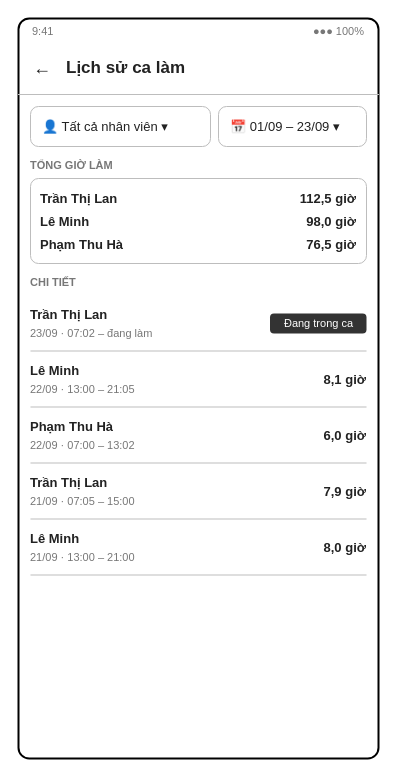
This is page "S06 Shift history + cash handover" (7 of 30) of docs/diagrams/screen-mockups.drawio from huytran303/CafeManagementSystem, a draw.io file, before an edit. Source tidied: cells renumbered, new cells numbered last; positions are measured from the earlier drawing's top-left corner, leaving out a move shared by most shapes. Both pictures are drawn from the tidied source at 100%, with x=0, y=0 at pixel (18, 18).
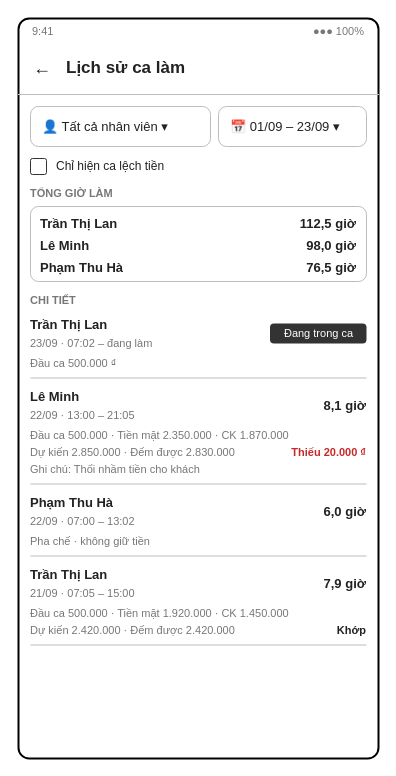
The same page after the edit.

Diff of the diagram source:
```diff
@@
-    <mxCell id="10" value="TỔNG GIỜ LÀM" style="html=1;whiteSpace=wrap;fontFamily=Helvetica;html=1;whiteSpace=wrap;fontFamily=Helvetica;text;strokeColor=none;fillColor=none;spacing=0;fontSize=11;fontStyle=1;fontColor=#777777;align=left;verticalAlign=middle;" parent="1" vertex="1">
-      <mxGeometry x="12" y="138" width="336" height="18" as="geometry" />
+    <mxCell id="10" style="html=1;whiteSpace=wrap;fontFamily=Helvetica;rounded=1;absoluteArcSize=1;arcSize=4;fillColor=#FFFFFF;strokeColor=#333333;fontSize=11;fontColor=#FFFFFF;align=center;verticalAlign=middle;spacingLeft=0;spacingRight=0;fontStyle=0;dashed=0;" parent="1" vertex="1">
+      <mxGeometry x="12" y="140" width="16" height="16" as="geometry" />
     </mxCell>
-    <mxCell id="11" style="html=1;whiteSpace=wrap;fontFamily=Helvetica;rounded=1;absoluteArcSize=1;arcSize=16;fillColor=#FFFFFF;strokeColor=#BDBDBD;fontSize=13;fontColor=#222222;align=left;verticalAlign=middle;spacingLeft=10;spacingRight=10;fontStyle=0;dashed=0;" parent="1" vertex="1">
-      <mxGeometry x="12" y="160" width="336" height="85" as="geometry" />
+    <mxCell id="11" value="Chỉ hiện ca lệch tiền" style="html=1;whiteSpace=wrap;fontFamily=Helvetica;html=1;whiteSpace=wrap;fontFamily=Helvetica;text;strokeColor=none;fillColor=none;spacing=0;fontSize=12;fontStyle=0;fontColor=#222222;align=left;verticalAlign=middle;" parent="1" vertex="1">
+      <mxGeometry x="38" y="138" width="200" height="20" as="geometry" />
     </mxCell>
-    <mxCell id="12" value="Trần Thị Lan" style="html=1;whiteSpace=wrap;fontFamily=Helvetica;html=1;whiteSpace=wrap;fontFamily=Helvetica;text;strokeColor=none;fillColor=none;spacing=0;fontSize=13;fontStyle=1;fontColor=#222222;align=left;verticalAlign=middle;" parent="1" vertex="1">
-      <mxGeometry x="22" y="168" width="316" height="23" as="geometry" />
+    <mxCell id="12" value="TỔNG GIỜ LÀM" style="html=1;whiteSpace=wrap;fontFamily=Helvetica;html=1;whiteSpace=wrap;fontFamily=Helvetica;text;strokeColor=none;fillColor=none;spacing=0;fontSize=11;fontStyle=1;fontColor=#777777;align=left;verticalAlign=middle;" parent="1" vertex="1">
+      <mxGeometry x="12" y="166" width="336" height="18" as="geometry" />
     </mxCell>
-    <mxCell id="13" value="112,5 giờ" style="html=1;whiteSpace=wrap;fontFamily=Helvetica;html=1;whiteSpace=wrap;fontFamily=Helvetica;text;strokeColor=none;fillColor=none;spacing=0;fontSize=13;fontStyle=1;fontColor=#222222;align=right;verticalAlign=middle;" parent="1" vertex="1">
-      <mxGeometry x="188" y="168" width="150" height="23" as="geometry" />
+    <mxCell id="13" style="html=1;whiteSpace=wrap;fontFamily=Helvetica;rounded=1;absoluteArcSize=1;arcSize=16;fillColor=#FFFFFF;strokeColor=#BDBDBD;fontSize=13;fontColor=#222222;align=left;verticalAlign=middle;spacingLeft=10;spacingRight=10;fontStyle=0;dashed=0;" parent="1" vertex="1">
+      <mxGeometry x="12" y="188" width="336" height="75" as="geometry" />
     </mxCell>
-    <mxCell id="14" value="Lê Minh" style="html=1;whiteSpace=wrap;fontFamily=Helvetica;html=1;whiteSpace=wrap;fontFamily=Helvetica;text;strokeColor=none;fillColor=none;spacing=0;fontSize=13;fontStyle=1;fontColor=#222222;align=left;verticalAlign=middle;" parent="1" vertex="1">
-      <mxGeometry x="22" y="191" width="316" height="23" as="geometry" />
+    <mxCell id="14" value="Trần Thị Lan" style="html=1;whiteSpace=wrap;fontFamily=Helvetica;html=1;whiteSpace=wrap;fontFamily=Helvetica;text;strokeColor=none;fillColor=none;spacing=0;fontSize=13;fontStyle=1;fontColor=#222222;align=left;verticalAlign=middle;" parent="1" vertex="1">
+      <mxGeometry x="22" y="194" width="316" height="22" as="geometry" />
     </mxCell>
-    <mxCell id="15" value="98,0 giờ" style="html=1;whiteSpace=wrap;fontFamily=Helvetica;html=1;whiteSpace=wrap;fontFamily=Helvetica;text;strokeColor=none;fillColor=none;spacing=0;fontSize=13;fontStyle=1;fontColor=#222222;align=right;verticalAlign=middle;" parent="1" vertex="1">
-      <mxGeometry x="188" y="191" width="150" height="23" as="geometry" />
+    <mxCell id="15" value="112,5 giờ" style="html=1;whiteSpace=wrap;fontFamily=Helvetica;html=1;whiteSpace=wrap;fontFamily=Helvetica;text;strokeColor=none;fillColor=none;spacing=0;fontSize=13;fontStyle=1;fontColor=#222222;align=right;verticalAlign=middle;" parent="1" vertex="1">
+      <mxGeometry x="188" y="194" width="150" height="22" as="geometry" />
     </mxCell>
-    <mxCell id="16" value="Phạm Thu Hà" style="html=1;whiteSpace=wrap;fontFamily=Helvetica;html=1;whiteSpace=wrap;fontFamily=Helvetica;text;strokeColor=none;fillColor=none;spacing=0;fontSize=13;fontStyle=1;fontColor=#222222;align=left;verticalAlign=middle;" parent="1" vertex="1">
-      <mxGeometry x="22" y="214" width="316" height="23" as="geometry" />
+    <mxCell id="16" value="Lê Minh" style="html=1;whiteSpace=wrap;fontFamily=Helvetica;html=1;whiteSpace=wrap;fontFamily=Helvetica;text;strokeColor=none;fillColor=none;spacing=0;fontSize=13;fontStyle=1;fontColor=#222222;align=left;verticalAlign=middle;" parent="1" vertex="1">
+      <mxGeometry x="22" y="216" width="316" height="22" as="geometry" />
     </mxCell>
-    <mxCell id="17" value="76,5 giờ" style="html=1;whiteSpace=wrap;fontFamily=Helvetica;html=1;whiteSpace=wrap;fontFamily=Helvetica;text;strokeColor=none;fillColor=none;spacing=0;fontSize=13;fontStyle=1;fontColor=#222222;align=right;verticalAlign=middle;" parent="1" vertex="1">
-      <mxGeometry x="188" y="214" width="150" height="23" as="geometry" />
+    <mxCell id="17" value="98,0 giờ" style="html=1;whiteSpace=wrap;fontFamily=Helvetica;html=1;whiteSpace=wrap;fontFamily=Helvetica;text;strokeColor=none;fillColor=none;spacing=0;fontSize=13;fontStyle=1;fontColor=#222222;align=right;verticalAlign=middle;" parent="1" vertex="1">
+      <mxGeometry x="188" y="216" width="150" height="22" as="geometry" />
     </mxCell>
-    <mxCell id="18" value="CHI TIẾT" style="html=1;whiteSpace=wrap;fontFamily=Helvetica;html=1;whiteSpace=wrap;fontFamily=Helvetica;text;strokeColor=none;fillColor=none;spacing=0;fontSize=11;fontStyle=1;fontColor=#777777;align=left;verticalAlign=middle;" parent="1" vertex="1">
-      <mxGeometry x="12" y="255" width="336" height="18" as="geometry" />
+    <mxCell id="18" value="Phạm Thu Hà" style="html=1;whiteSpace=wrap;fontFamily=Helvetica;html=1;whiteSpace=wrap;fontFamily=Helvetica;text;strokeColor=none;fillColor=none;spacing=0;fontSize=13;fontStyle=1;fontColor=#222222;align=left;verticalAlign=middle;" parent="1" vertex="1">
+      <mxGeometry x="22" y="238" width="316" height="22" as="geometry" />
     </mxCell>
-    <mxCell id="19" value="Trần Thị Lan" style="html=1;whiteSpace=wrap;fontFamily=Helvetica;html=1;whiteSpace=wrap;fontFamily=Helvetica;text;strokeColor=none;fillColor=none;spacing=0;fontSize=13;fontStyle=1;fontColor=#222222;align=left;verticalAlign=middle;" parent="1" vertex="1">
-      <mxGeometry x="12" y="286" width="246" height="20" as="geometry" />
+    <mxCell id="19" value="76,5 giờ" style="html=1;whiteSpace=wrap;fontFamily=Helvetica;html=1;whiteSpace=wrap;fontFamily=Helvetica;text;strokeColor=none;fillColor=none;spacing=0;fontSize=13;fontStyle=1;fontColor=#222222;align=right;verticalAlign=middle;" parent="1" vertex="1">
+      <mxGeometry x="188" y="238" width="150" height="22" as="geometry" />
     </mxCell>
-    <mxCell id="20" value="23/09 · 07:02 – đang làm" style="html=1;whiteSpace=wrap;fontFamily=Helvetica;html=1;whiteSpace=wrap;fontFamily=Helvetica;text;strokeColor=none;fillColor=none;spacing=0;fontSize=11;fontStyle=0;fontColor=#777777;align=left;verticalAlign=middle;" parent="1" vertex="1">
-      <mxGeometry x="12" y="306" width="286" height="18" as="geometry" />
+    <mxCell id="20" value="CHI TIẾT" style="html=1;whiteSpace=wrap;fontFamily=Helvetica;html=1;whiteSpace=wrap;fontFamily=Helvetica;text;strokeColor=none;fillColor=none;spacing=0;fontSize=11;fontStyle=1;fontColor=#777777;align=left;verticalAlign=middle;" parent="1" vertex="1">
+      <mxGeometry x="12" y="273" width="336" height="18" as="geometry" />
     </mxCell>
-    <mxCell id="21" value="Đang trong ca" style="html=1;whiteSpace=wrap;fontFamily=Helvetica;rounded=1;absoluteArcSize=1;arcSize=8;fillColor=#333333;strokeColor=none;fontSize=11;fontColor=#FFFFFF;align=center;verticalAlign=middle;spacingLeft=2;spacingRight=2;fontStyle=0;dashed=0;" parent="1" vertex="1">
-      <mxGeometry x="251.5" y="295" width="96.5" height="20" as="geometry" />
+    <mxCell id="21" value="Trần Thị Lan" style="html=1;whiteSpace=wrap;fontFamily=Helvetica;html=1;whiteSpace=wrap;fontFamily=Helvetica;text;strokeColor=none;fillColor=none;spacing=0;fontSize=13;fontStyle=1;fontColor=#222222;align=left;verticalAlign=middle;" parent="1" vertex="1">
+      <mxGeometry x="12" y="296" width="246" height="20" as="geometry" />
     </mxCell>
-    <mxCell id="22" style="html=1;whiteSpace=wrap;fontFamily=Helvetica;fillColor=#BDBDBD;strokeColor=none;" parent="1" vertex="1">
-      <mxGeometry x="12" y="332" width="336" height="1" as="geometry" />
+    <mxCell id="22" value="23/09 · 07:02 – đang làm" style="html=1;whiteSpace=wrap;fontFamily=Helvetica;html=1;whiteSpace=wrap;fontFamily=Helvetica;text;strokeColor=none;fillColor=none;spacing=0;fontSize=11;fontStyle=0;fontColor=#777777;align=left;verticalAlign=middle;" parent="1" vertex="1">
+      <mxGeometry x="12" y="316" width="236" height="18" as="geometry" />
     </mxCell>
-    <mxCell id="23" value="Lê Minh" style="html=1;whiteSpace=wrap;fontFamily=Helvetica;html=1;whiteSpace=wrap;fontFamily=Helvetica;text;strokeColor=none;fillColor=none;spacing=0;fontSize=13;fontStyle=1;fontColor=#222222;align=left;verticalAlign=middle;" parent="1" vertex="1">
-      <mxGeometry x="12" y="342" width="246" height="20" as="geometry" />
+    <mxCell id="23" value="Đang trong ca" style="html=1;whiteSpace=wrap;fontFamily=Helvetica;rounded=1;absoluteArcSize=1;arcSize=8;fillColor=#333333;strokeColor=none;fontSize=11;fontColor=#FFFFFF;align=center;verticalAlign=middle;spacingLeft=2;spacingRight=2;fontStyle=0;dashed=0;" parent="1" vertex="1">
+      <mxGeometry x="251.5" y="305" width="96.5" height="20" as="geometry" />
     </mxCell>
-    <mxCell id="24" value="22/09 · 13:00 – 21:05" style="html=1;whiteSpace=wrap;fontFamily=Helvetica;html=1;whiteSpace=wrap;fontFamily=Helvetica;text;strokeColor=none;fillColor=none;spacing=0;fontSize=11;fontStyle=0;fontColor=#777777;align=left;verticalAlign=middle;" parent="1" vertex="1">
-      <mxGeometry x="12" y="362" width="286" height="18" as="geometry" />
+    <mxCell id="24" value="Đầu ca 500.000 ₫" style="html=1;whiteSpace=wrap;fontFamily=Helvetica;html=1;whiteSpace=wrap;fontFamily=Helvetica;text;strokeColor=none;fillColor=none;spacing=0;fontSize=11;fontStyle=0;fontColor=#777777;align=left;verticalAlign=middle;" parent="1" vertex="1">
+      <mxGeometry x="12" y="336" width="336" height="17" as="geometry" />
     </mxCell>
-    <mxCell id="25" value="8,1 giờ" style="html=1;whiteSpace=wrap;fontFamily=Helvetica;html=1;whiteSpace=wrap;fontFamily=Helvetica;text;strokeColor=none;fillColor=none;spacing=0;fontSize=13;fontStyle=1;fontColor=#222222;align=right;verticalAlign=middle;" parent="1" vertex="1">
-      <mxGeometry x="228" y="333" width="120" height="56" as="geometry" />
+    <mxCell id="25" style="html=1;whiteSpace=wrap;fontFamily=Helvetica;fillColor=#BDBDBD;strokeColor=none;" parent="1" vertex="1">
+      <mxGeometry x="12" y="359" width="336" height="1" as="geometry" />
     </mxCell>
-    <mxCell id="26" style="html=1;whiteSpace=wrap;fontFamily=Helvetica;fillColor=#BDBDBD;strokeColor=none;" parent="1" vertex="1">
-      <mxGeometry x="12" y="388" width="336" height="1" as="geometry" />
+    <mxCell id="26" value="Lê Minh" style="html=1;whiteSpace=wrap;fontFamily=Helvetica;html=1;whiteSpace=wrap;fontFamily=Helvetica;text;strokeColor=none;fillColor=none;spacing=0;fontSize=13;fontStyle=1;fontColor=#222222;align=left;verticalAlign=middle;" parent="1" vertex="1">
+      <mxGeometry x="12" y="368" width="246" height="20" as="geometry" />
     </mxCell>
-    <mxCell id="27" value="Phạm Thu Hà" style="html=1;whiteSpace=wrap;fontFamily=Helvetica;html=1;whiteSpace=wrap;fontFamily=Helvetica;text;strokeColor=none;fillColor=none;spacing=0;fontSize=13;fontStyle=1;fontColor=#222222;align=left;verticalAlign=middle;" parent="1" vertex="1">
-      <mxGeometry x="12" y="398" width="246" height="20" as="geometry" />
+    <mxCell id="27" value="22/09 · 13:00 – 21:05" style="html=1;whiteSpace=wrap;fontFamily=Helvetica;html=1;whiteSpace=wrap;fontFamily=Helvetica;text;strokeColor=none;fillColor=none;spacing=0;fontSize=11;fontStyle=0;fontColor=#777777;align=left;verticalAlign=middle;" parent="1" vertex="1">
+      <mxGeometry x="12" y="388" width="236" height="18" as="geometry" />
     </mxCell>
-    <mxCell id="28" value="22/09 · 07:00 – 13:02" style="html=1;whiteSpace=wrap;fontFamily=Helvetica;html=1;whiteSpace=wrap;fontFamily=Helvetica;text;strokeColor=none;fillColor=none;spacing=0;fontSize=11;fontStyle=0;fontColor=#777777;align=left;verticalAlign=middle;" parent="1" vertex="1">
-      <mxGeometry x="12" y="418" width="286" height="18" as="geometry" />
+    <mxCell id="28" value="8,1 giờ" style="html=1;whiteSpace=wrap;fontFamily=Helvetica;html=1;whiteSpace=wrap;fontFamily=Helvetica;text;strokeColor=none;fillColor=none;spacing=0;fontSize=13;fontStyle=1;fontColor=#222222;align=right;verticalAlign=middle;" parent="1" vertex="1">
+      <mxGeometry x="228" y="368" width="120" height="38" as="geometry" />
     </mxCell>
-    <mxCell id="29" value="6,0 giờ" style="html=1;whiteSpace=wrap;fontFamily=Helvetica;html=1;whiteSpace=wrap;fontFamily=Helvetica;text;strokeColor=none;fillColor=none;spacing=0;fontSize=13;fontStyle=1;fontColor=#222222;align=right;verticalAlign=middle;" parent="1" vertex="1">
-      <mxGeometry x="228" y="389" width="120" height="56" as="geometry" />
+    <mxCell id="29" value="Đầu ca 500.000 · Tiền mặt 2.350.000 · CK 1.870.000" style="html=1;whiteSpace=wrap;fontFamily=Helvetica;html=1;whiteSpace=wrap;fontFamily=Helvetica;text;strokeColor=none;fillColor=none;spacing=0;fontSize=11;fontStyle=0;fontColor=#777777;align=left;verticalAlign=middle;" parent="1" vertex="1">
+      <mxGeometry x="12" y="408" width="336" height="17" as="geometry" />
     </mxCell>
-    <mxCell id="30" style="html=1;whiteSpace=wrap;fontFamily=Helvetica;fillColor=#BDBDBD;strokeColor=none;" parent="1" vertex="1">
-      <mxGeometry x="12" y="444" width="336" height="1" as="geometry" />
+    <mxCell id="30" value="Dự kiến 2.850.000 · Đếm được 2.830.000" style="html=1;whiteSpace=wrap;fontFamily=Helvetica;html=1;whiteSpace=wrap;fontFamily=Helvetica;text;strokeColor=none;fillColor=none;spacing=0;fontSize=11;fontStyle=0;fontColor=#777777;align=left;verticalAlign=middle;" parent="1" vertex="1">
+      <mxGeometry x="12" y="425" width="336" height="17" as="geometry" />
     </mxCell>
-    <mxCell id="31" value="Trần Thị Lan" style="html=1;whiteSpace=wrap;fontFamily=Helvetica;html=1;whiteSpace=wrap;fontFamily=Helvetica;text;strokeColor=none;fillColor=none;spacing=0;fontSize=13;fontStyle=1;fontColor=#222222;align=left;verticalAlign=middle;" parent="1" vertex="1">
-      <mxGeometry x="12" y="454" width="246" height="20" as="geometry" />
+    <mxCell id="31" value="Thiếu 20.000 ₫" style="html=1;whiteSpace=wrap;fontFamily=Helvetica;html=1;whiteSpace=wrap;fontFamily=Helvetica;text;strokeColor=none;fillColor=none;spacing=0;fontSize=11;fontStyle=1;fontColor=#C62828;align=right;verticalAlign=middle;" parent="1" vertex="1">
+      <mxGeometry x="228" y="425" width="120" height="17" as="geometry" />
     </mxCell>
-    <mxCell id="32" value="21/09 · 07:05 – 15:00" style="html=1;whiteSpace=wrap;fontFamily=Helvetica;html=1;whiteSpace=wrap;fontFamily=Helvetica;text;strokeColor=none;fillColor=none;spacing=0;fontSize=11;fontStyle=0;fontColor=#777777;align=left;verticalAlign=middle;" parent="1" vertex="1">
-      <mxGeometry x="12" y="474" width="286" height="18" as="geometry" />
+    <mxCell id="32" value="Ghi chú: Thối nhầm tiền cho khách" style="html=1;whiteSpace=wrap;fontFamily=Helvetica;html=1;whiteSpace=wrap;fontFamily=Helvetica;text;strokeColor=none;fillColor=none;spacing=0;fontSize=11;fontStyle=0;fontColor=#777777;align=left;verticalAlign=middle;" parent="1" vertex="1">
+      <mxGeometry x="12" y="442" width="336" height="17" as="geometry" />
     </mxCell>
-    <mxCell id="33" value="7,9 giờ" style="html=1;whiteSpace=wrap;fontFamily=Helvetica;html=1;whiteSpace=wrap;fontFamily=Helvetica;text;strokeColor=none;fillColor=none;spacing=0;fontSize=13;fontStyle=1;fontColor=#222222;align=right;verticalAlign=middle;" parent="1" vertex="1">
-      <mxGeometry x="228" y="445" width="120" height="56" as="geometry" />
+    <mxCell id="33" style="html=1;whiteSpace=wrap;fontFamily=Helvetica;fillColor=#BDBDBD;strokeColor=none;" parent="1" vertex="1">
+      <mxGeometry x="12" y="465" width="336" height="1" as="geometry" />
     </mxCell>
-    <mxCell id="34" style="html=1;whiteSpace=wrap;fontFamily=Helvetica;fillColor=#BDBDBD;strokeColor=none;" parent="1" vertex="1">
-      <mxGeometry x="12" y="500" width="336" height="1" as="geometry" />
+    <mxCell id="34" value="Phạm Thu Hà" style="html=1;whiteSpace=wrap;fontFamily=Helvetica;html=1;whiteSpace=wrap;fontFamily=Helvetica;text;strokeColor=none;fillColor=none;spacing=0;fontSize=13;fontStyle=1;fontColor=#222222;align=left;verticalAlign=middle;" parent="1" vertex="1">
+      <mxGeometry x="12" y="474" width="246" height="20" as="geometry" />
     </mxCell>
-    <mxCell id="35" value="Lê Minh" style="html=1;whiteSpace=wrap;fontFamily=Helvetica;html=1;whiteSpace=wrap;fontFamily=Helvetica;text;strokeColor=none;fillColor=none;spacing=0;fontSize=13;fontStyle=1;fontColor=#222222;align=left;verticalAlign=middle;" parent="1" vertex="1">
-      <mxGeometry x="12" y="510" width="246" height="20" as="geometry" />
+    <mxCell id="35" value="22/09 · 07:00 – 13:02" style="html=1;whiteSpace=wrap;fontFamily=Helvetica;html=1;whiteSpace=wrap;fontFamily=Helvetica;text;strokeColor=none;fillColor=none;spacing=0;fontSize=11;fontStyle=0;fontColor=#777777;align=left;verticalAlign=middle;" parent="1" vertex="1">
+      <mxGeometry x="12" y="494" width="236" height="18" as="geometry" />
     </mxCell>
-    <mxCell id="36" value="21/09 · 13:00 – 21:00" style="html=1;whiteSpace=wrap;fontFamily=Helvetica;html=1;whiteSpace=wrap;fontFamily=Helvetica;text;strokeColor=none;fillColor=none;spacing=0;fontSize=11;fontStyle=0;fontColor=#777777;align=left;verticalAlign=middle;" parent="1" vertex="1">
-      <mxGeometry x="12" y="530" width="286" height="18" as="geometry" />
+    <mxCell id="36" value="6,0 giờ" style="html=1;whiteSpace=wrap;fontFamily=Helvetica;html=1;whiteSpace=wrap;fontFamily=Helvetica;text;strokeColor=none;fillColor=none;spacing=0;fontSize=13;fontStyle=1;fontColor=#222222;align=right;verticalAlign=middle;" parent="1" vertex="1">
+      <mxGeometry x="228" y="474" width="120" height="38" as="geometry" />
     </mxCell>
-    <mxCell id="37" value="8,0 giờ" style="html=1;whiteSpace=wrap;fontFamily=Helvetica;html=1;whiteSpace=wrap;fontFamily=Helvetica;text;strokeColor=none;fillColor=none;spacing=0;fontSize=13;fontStyle=1;fontColor=#222222;align=right;verticalAlign=middle;" parent="1" vertex="1">
-      <mxGeometry x="228" y="501" width="120" height="56" as="geometry" />
+    <mxCell id="37" value="Pha chế · không giữ tiền" style="html=1;whiteSpace=wrap;fontFamily=Helvetica;html=1;whiteSpace=wrap;fontFamily=Helvetica;text;strokeColor=none;fillColor=none;spacing=0;fontSize=11;fontStyle=0;fontColor=#777777;align=left;verticalAlign=middle;" parent="1" vertex="1">
+      <mxGeometry x="12" y="514" width="336" height="17" as="geometry" />
     </mxCell>
     <mxCell id="38" style="html=1;whiteSpace=wrap;fontFamily=Helvetica;fillColor=#BDBDBD;strokeColor=none;" parent="1" vertex="1">
-      <mxGeometry x="12" y="556" width="336" height="1" as="geometry" />
+      <mxGeometry x="12" y="537" width="336" height="1" as="geometry" />
     </mxCell>
+    <mxCell id="39" value="Trần Thị Lan" style="html=1;whiteSpace=wrap;fontFamily=Helvetica;html=1;whiteSpace=wrap;fontFamily=Helvetica;text;strokeColor=none;fillColor=none;spacing=0;fontSize=13;fontStyle=1;fontColor=#222222;align=left;verticalAlign=middle;" parent="1" vertex="1">
+      <mxGeometry x="12" y="546" width="246" height="20" as="geometry" />
+    </mxCell>
+    <mxCell id="40" value="21/09 · 07:05 – 15:00" style="html=1;whiteSpace=wrap;fontFamily=Helvetica;html=1;whiteSpace=wrap;fontFamily=Helvetica;text;strokeColor=none;fillColor=none;spacing=0;fontSize=11;fontStyle=0;fontColor=#777777;align=left;verticalAlign=middle;" parent="1" vertex="1">
+      <mxGeometry x="12" y="566" width="236" height="18" as="geometry" />
+    </mxCell>
+    <mxCell id="41" value="7,9 giờ" style="html=1;whiteSpace=wrap;fontFamily=Helvetica;html=1;whiteSpace=wrap;fontFamily=Helvetica;text;strokeColor=none;fillColor=none;spacing=0;fontSize=13;fontStyle=1;fontColor=#222222;align=right;verticalAlign=middle;" parent="1" vertex="1">
+      <mxGeometry x="228" y="546" width="120" height="38" as="geometry" />
+    </mxCell>
+    <mxCell id="42" value="Đầu ca 500.000 · Tiền mặt 1.920.000 · CK 1.450.000" style="html=1;whiteSpace=wrap;fontFamily=Helvetica;html=1;whiteSpace=wrap;fontFamily=Helvetica;text;strokeColor=none;fillColor=none;spacing=0;fontSize=11;fontStyle=0;fontColor=#777777;align=left;verticalAlign=middle;" parent="1" vertex="1">
+      <mxGeometry x="12" y="586" width="336" height="17" as="geometry" />
+    </mxCell>
+    <mxCell id="43" value="Dự kiến 2.420.000 · Đếm được 2.420.000" style="html=1;whiteSpace=wrap;fontFamily=Helvetica;html=1;whiteSpace=wrap;fontFamily=Helvetica;text;strokeColor=none;fillColor=none;spacing=0;fontSize=11;fontStyle=0;fontColor=#777777;align=left;verticalAlign=middle;" parent="1" vertex="1">
+      <mxGeometry x="12" y="603" width="336" height="17" as="geometry" />
+    </mxCell>
+    <mxCell id="44" value="Khớp" style="html=1;whiteSpace=wrap;fontFamily=Helvetica;html=1;whiteSpace=wrap;fontFamily=Helvetica;text;strokeColor=none;fillColor=none;spacing=0;fontSize=11;fontStyle=1;fontColor=#222222;align=right;verticalAlign=middle;" parent="1" vertex="1">
+      <mxGeometry x="228" y="603" width="120" height="17" as="geometry" />
+    </mxCell>
+    <mxCell id="45" style="html=1;whiteSpace=wrap;fontFamily=Helvetica;fillColor=#BDBDBD;strokeColor=none;" parent="1" vertex="1">
+      <mxGeometry x="12" y="626" width="336" height="1" as="geometry" />
+    </mxCell>
```
